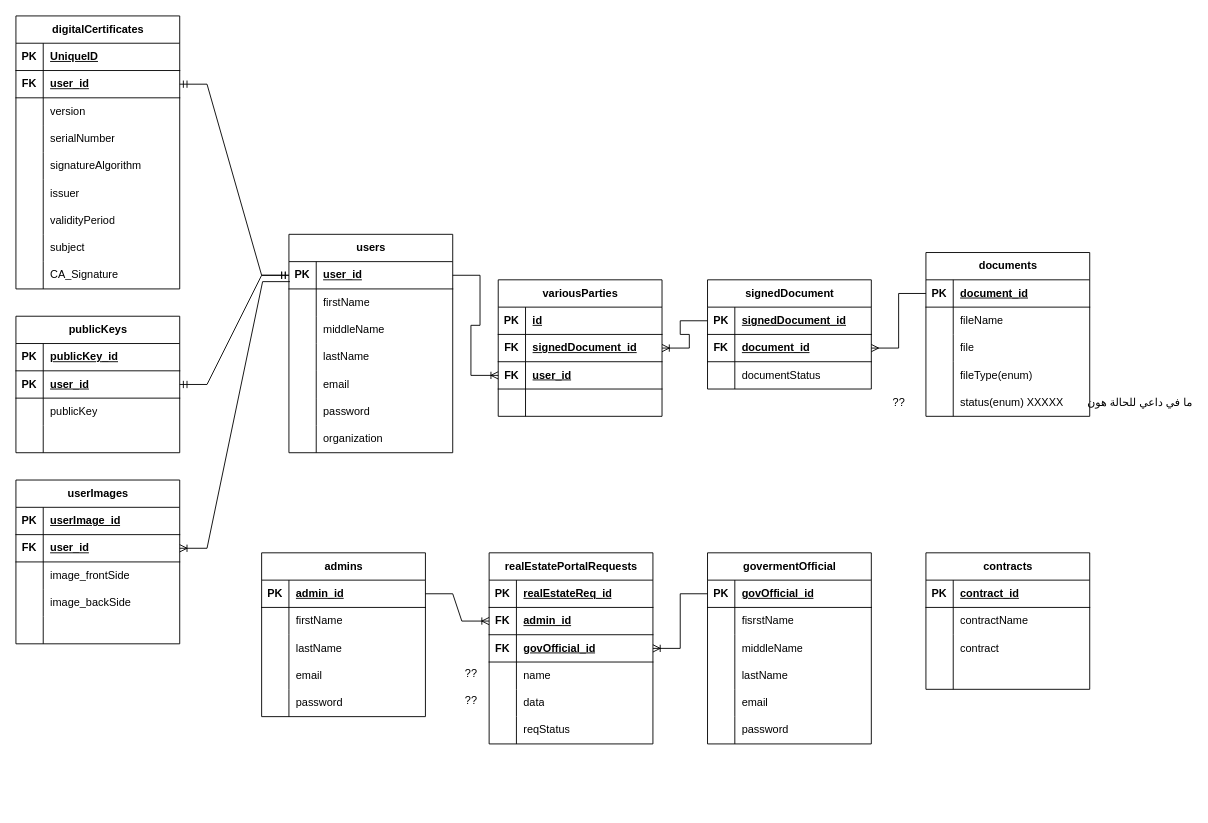
This is Digital Signature ERD.drawio from mhammad5015/Digital-Signature-Application, a draw.io file, before an edit. Source tidied: cells renumbered, new cells numbered last; positions are measured from the earlier drawing's top-left corner, leaving out a move shared by most shapes. Both pictures are drawn from the tidied source at 91%, with x=0, y=0 at pixel (15, 15).
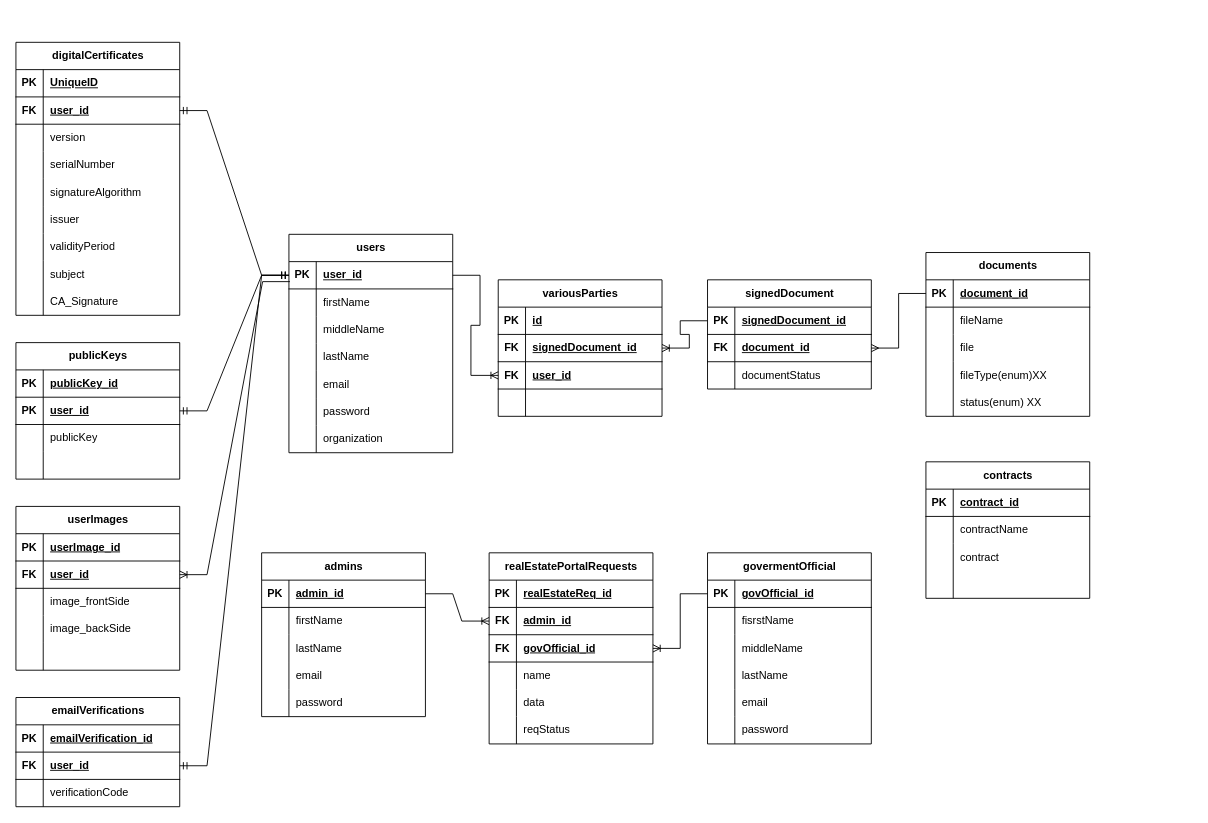
After the change.

The change refers to these unchanged cells:
```xml
<mxCell id="19" style="shape=tableRow;horizontal=0;startSize=0;swimlaneHead=0;swimlaneBody=0;fillColor=none;points=[[0,0.5],[1,0.5]];portConstraint=eastwest;top=0;left=0;right=0;bottom=1;" parent="18" vertex="1">
  <mxGeometry y="30" width="180" height="30" as="geometry" />
</mxCell>
<mxCell id="91" style="shape=tableRow;horizontal=0;startSize=0;swimlaneHead=0;swimlaneBody=0;fillColor=none;top=0;left=0;right=0;bottom=0;" parent="81" vertex="1">
  <mxGeometry y="120" width="180" height="30" as="geometry" />
</mxCell>
<mxCell id="94" style="shape=tableRow;horizontal=0;startSize=0;swimlaneHead=0;swimlaneBody=0;fillColor=none;top=0;left=0;right=0;bottom=0;" parent="81" vertex="1">
  <mxGeometry y="150" width="180" height="30" as="geometry" />
</mxCell>
```

What changed in the source:
```diff
@@
     <mxCell id="40" value="contracts" style="shape=table;startSize=30;childLayout=tableLayout;rowLines=0;fontStyle=1;align=center;html=1;" parent="1" vertex="1">
-      <mxGeometry x="1000" y="590" width="180" height="150" as="geometry" />
+      <mxGeometry x="1000" y="490" width="180" height="150" as="geometry" />
     </mxCell>
@@
     <mxCell id="53" value="digitalCertificates" style="shape=table;startSize=30;childLayout=tableLayout;rowLines=0;fontStyle=1;align=center;html=1;" parent="1" vertex="1">
-      <mxGeometry width="180" height="300" as="geometry" />
+      <mxGeometry y="29" width="180" height="300" as="geometry" />
     </mxCell>
@@
-    <mxCell id="93" value="fileType(enum)" style="shape=partialRectangle;fillColor=none;top=0;left=0;bottom=0;right=0;align=left;spacingLeft=6;overflow=hidden;whiteSpace=wrap;html=1;" parent="91" vertex="1">
+    <mxCell id="93" value="fileType(enum)XX" style="shape=partialRectangle;fillColor=none;top=0;left=0;bottom=0;right=0;align=left;spacingLeft=6;overflow=hidden;whiteSpace=wrap;html=1;" parent="91" vertex="1">
       <mxGeometry x="30" width="150" height="30" as="geometry" />
     </mxCell>
@@
-    <mxCell id="96" value="status(enum) XXXXX" style="shape=partialRectangle;fillColor=none;top=0;left=0;bottom=0;right=0;align=left;spacingLeft=6;overflow=hidden;whiteSpace=wrap;html=1;" parent="94" vertex="1">
+    <mxCell id="96" value="status(enum) XX" style="shape=partialRectangle;fillColor=none;top=0;left=0;bottom=0;right=0;align=left;spacingLeft=6;overflow=hidden;whiteSpace=wrap;html=1;" parent="94" vertex="1">
       <mxGeometry x="30" width="150" height="30" as="geometry" />
     </mxCell>
@@
     <mxCell id="116" value="publicKeys" style="shape=table;startSize=30;childLayout=tableLayout;rowLines=0;fontStyle=1;align=center;html=1;" parent="1" vertex="1">
-      <mxGeometry y="330" width="180" height="150" as="geometry" />
+      <mxGeometry y="359" width="180" height="150" as="geometry" />
     </mxCell>
@@
     <mxCell id="129" value="userImages" style="shape=table;startSize=30;childLayout=tableLayout;rowLines=0;fontStyle=1;align=center;html=1;" parent="1" vertex="1">
-      <mxGeometry y="510" width="180" height="180" as="geometry" />
+      <mxGeometry y="539" width="180" height="180" as="geometry" />
     </mxCell>
@@
-    <mxCell id="195" value="ما في داعي للحالة هون" style="text;html=1;align=center;verticalAlign=middle;strokeColor=none;fillColor=none;" parent="1" vertex="1">
-      <mxGeometry x="1180" y="410" width="110" height="30" as="geometry" />
-    </mxCell>
-    <mxCell id="196" value="??" style="text;html=1;align=center;verticalAlign=middle;strokeColor=none;fillColor=none;" parent="1" vertex="1">
-      <mxGeometry x="480" y="738" width="40" height="30" as="geometry" />
-    </mxCell>
-    <mxCell id="197" value="??" style="text;html=1;align=center;verticalAlign=middle;strokeColor=none;fillColor=none;" parent="1" vertex="1">
-      <mxGeometry x="480" y="708" width="40" height="30" as="geometry" />
-    </mxCell>
-    <mxCell id="198" value="??" style="text;html=1;align=center;verticalAlign=middle;strokeColor=none;fillColor=none;" parent="1" vertex="1">
-      <mxGeometry x="950" y="410" width="40" height="30" as="geometry" />
-    </mxCell>
+    <mxCell id="199" value="emailVerifications" style="shape=table;startSize=30;childLayout=tableLayout;rowLines=0;fontStyle=1;align=center;html=1;" parent="1" vertex="1">
+      <mxGeometry y="749" width="180" height="120" as="geometry" />
+    </mxCell>
+    <mxCell id="200" style="shape=tableRow;horizontal=0;startSize=0;swimlaneHead=0;swimlaneBody=0;fillColor=none;top=0;left=0;right=0;bottom=1;" parent="199" vertex="1">
+      <mxGeometry y="30" width="180" height="30" as="geometry" />
+    </mxCell>
+    <mxCell id="201" value="PK" style="shape=partialRectangle;fillColor=none;top=0;left=0;bottom=0;right=0;fontStyle=1;overflow=hidden;whiteSpace=wrap;html=1;" parent="200" vertex="1">
+      <mxGeometry width="30" height="30" as="geometry" />
+    </mxCell>
+    <mxCell id="202" value="emailVerification_id" style="shape=partialRectangle;fillColor=none;top=0;left=0;bottom=0;right=0;align=left;spacingLeft=6;fontStyle=5;overflow=hidden;whiteSpace=wrap;html=1;" parent="200" vertex="1">
+      <mxGeometry x="30" width="150" height="30" as="geometry" />
+    </mxCell>
+    <mxCell id="203" style="shape=tableRow;horizontal=0;startSize=0;swimlaneHead=0;swimlaneBody=0;fillColor=none;points=[[0,0.5],[1,0.5]];portConstraint=eastwest;top=0;left=0;right=0;bottom=1;" parent="199" vertex="1">
+      <mxGeometry y="60" width="180" height="30" as="geometry" />
+    </mxCell>
+    <mxCell id="204" value="FK" style="shape=partialRectangle;fillColor=none;top=0;left=0;bottom=0;right=0;fontStyle=1;overflow=hidden;whiteSpace=wrap;html=1;" parent="203" vertex="1">
+      <mxGeometry width="30" height="30" as="geometry" />
+    </mxCell>
+    <mxCell id="205" value="user_id" style="shape=partialRectangle;fillColor=none;top=0;left=0;bottom=0;right=0;align=left;spacingLeft=6;fontStyle=5;overflow=hidden;whiteSpace=wrap;html=1;" parent="203" vertex="1">
+      <mxGeometry x="30" width="150" height="30" as="geometry" />
+    </mxCell>
+    <mxCell id="206" style="shape=tableRow;horizontal=0;startSize=0;swimlaneHead=0;swimlaneBody=0;fillColor=none;top=0;left=0;right=0;bottom=0;" parent="199" vertex="1">
+      <mxGeometry y="90" width="180" height="30" as="geometry" />
+    </mxCell>
+    <mxCell id="207" style="shape=partialRectangle;fillColor=none;top=0;left=0;bottom=0;right=0;overflow=hidden;whiteSpace=wrap;html=1;" parent="206" vertex="1">
+      <mxGeometry width="30" height="30" as="geometry" />
+    </mxCell>
+    <mxCell id="208" value="verificationCode" style="shape=partialRectangle;fillColor=none;top=0;left=0;bottom=0;right=0;align=left;spacingLeft=6;overflow=hidden;whiteSpace=wrap;html=1;" parent="206" vertex="1">
+      <mxGeometry x="30" width="150" height="30" as="geometry" />
+    </mxCell>
+    <mxCell id="209" style="edgeStyle=entityRelationEdgeStyle;fontSize=12;html=1;endArrow=ERmandOne;startArrow=ERmandOne;rounded=0;entryX=0;entryY=0.5;entryDx=0;entryDy=0;exitX=1;exitY=0.5;exitDx=0;exitDy=0;" parent="1" edge="1" source="203" target="19">
+      <mxGeometry relative="1" as="geometry" />
+    </mxCell>
```
